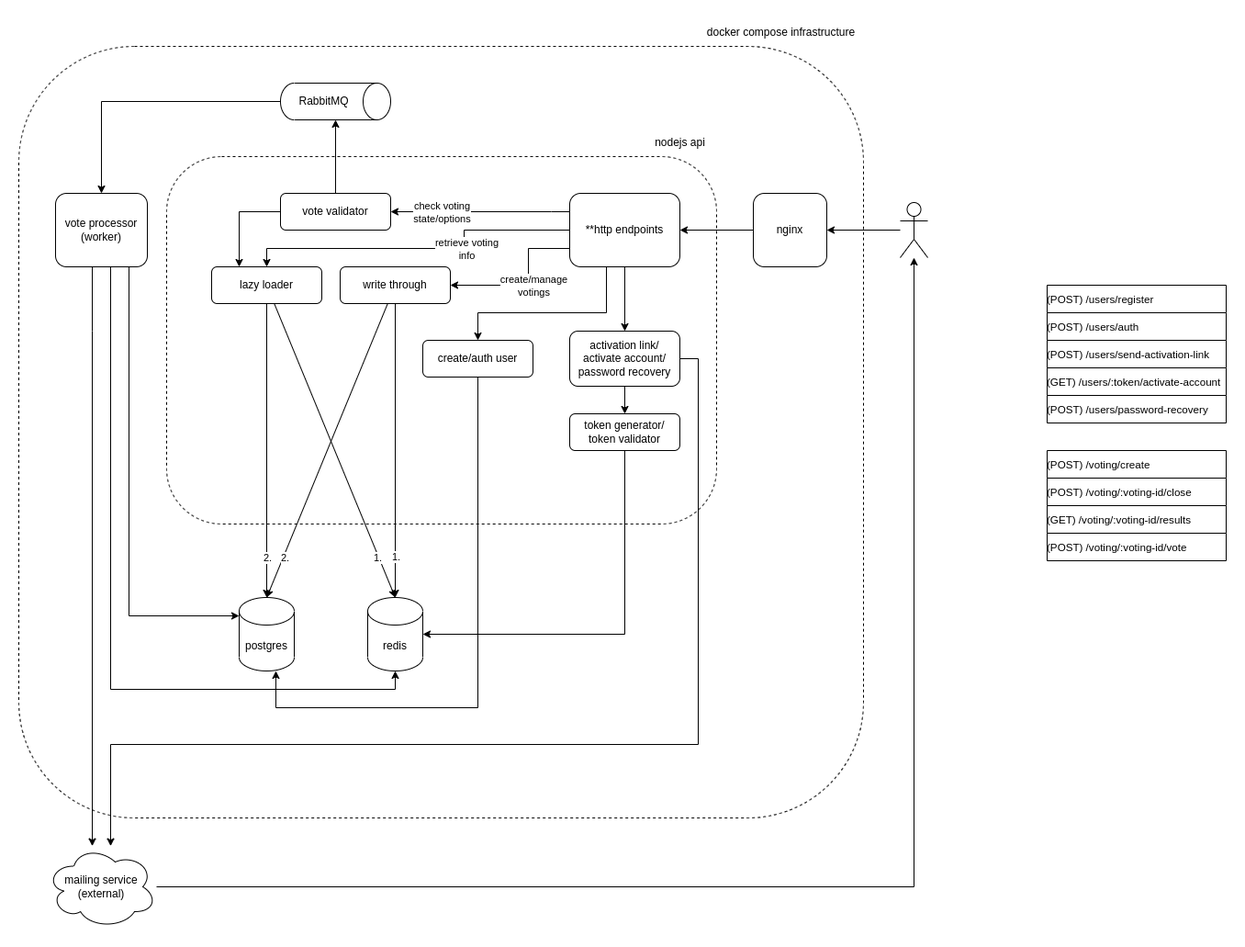
Above: docs/ranked-choice-voting.architecture.png in 0x0th30/ranked-choice-voting (draw.io), before the change. Source tidied: cells renumbered, new cells last; positions are measured from the earlier drawing's top-left corner, leaving out a move shared by most shapes.
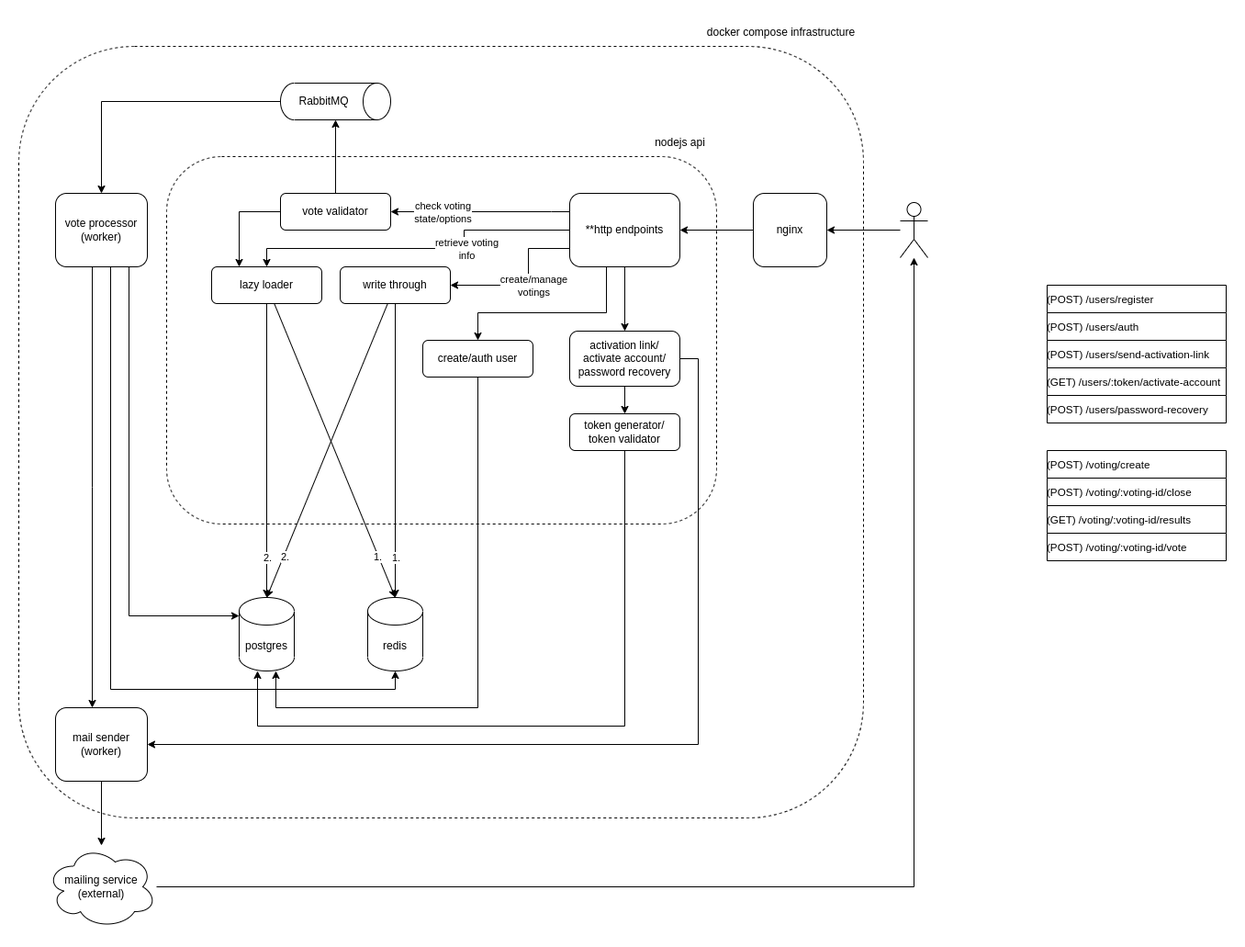
Later version of the same file.

Commit message:
docs: update architecture diagram

Change to the diagram source:
```diff
@@ -94,14 +94,6 @@
         </Array>
       </mxGeometry>
     </mxCell>
-    <mxCell id="21" style="edgeStyle=orthogonalEdgeStyle;rounded=0;jettySize=auto;html=1;" parent="1" edge="1" source="23" target="42">
-      <mxGeometry relative="1" as="geometry">
-        <Array as="points">
-          <mxPoint x="80" y="340" />
-          <mxPoint x="80" y="340" />
-        </Array>
-      </mxGeometry>
-    </mxCell>
     <mxCell id="22" style="edgeStyle=orthogonalEdgeStyle;rounded=0;jettySize=auto;html=1;" parent="1" edge="1" source="23" target="50">
       <mxGeometry relative="1" as="geometry">
         <Array as="points">
@@ -110,6 +102,14 @@
         </Array>
       </mxGeometry>
     </mxCell>
+    <mxCell id="59" style="edgeStyle=orthogonalEdgeStyle;rounded=0;jettySize=auto;html=1;" parent="1" edge="1" source="23" target="63">
+      <mxGeometry relative="1" as="geometry">
+        <Array as="points">
+          <mxPoint x="80" y="510" />
+          <mxPoint x="80" y="510" />
+        </Array>
+      </mxGeometry>
+    </mxCell>
     <mxCell id="23" value="vote processor&lt;br&gt;(worker)" style="rounded=1;whiteSpace=wrap;html=1;" parent="1" vertex="1">
       <mxGeometry x="40" y="190" width="100" height="80" as="geometry" />
     </mxCell>
@@ -219,27 +219,33 @@
     <mxCell id="54" style="edgeStyle=orthogonalEdgeStyle;rounded=0;jettySize=auto;html=1;" parent="1" edge="1" source="56" target="58">
       <mxGeometry relative="1" as="geometry" />
     </mxCell>
-    <mxCell id="55" style="edgeStyle=orthogonalEdgeStyle;rounded=0;jettySize=auto;html=1;" parent="1" edge="1" source="56" target="42">
-      <mxGeometry relative="1" as="geometry">
-        <Array as="points">
-          <mxPoint x="740" y="370" />
-          <mxPoint x="740" y="790" />
-          <mxPoint x="100" y="790" />
-        </Array>
-      </mxGeometry>
-    </mxCell>
+    <mxCell id="60" style="edgeStyle=orthogonalEdgeStyle;rounded=0;jettySize=auto;html=1;" parent="1" edge="1" source="56" target="63">
+      <mxGeometry relative="1" as="geometry">
+        <Array as="points">
+          <mxPoint x="740" y="370" />
+          <mxPoint x="740" y="790" />
+        </Array>
+      </mxGeometry>
+    </mxCell>
     <mxCell id="56" value="activation link/&lt;br&gt;activate account/&lt;br&gt;password recovery" style="rounded=1;whiteSpace=wrap;html=1;" parent="1" vertex="1">
       <mxGeometry x="600" y="340" width="120" height="60" as="geometry" />
     </mxCell>
-    <mxCell id="57" style="edgeStyle=orthogonalEdgeStyle;rounded=0;jettySize=auto;html=1;" parent="1" edge="1" source="58" target="50">
-      <mxGeometry relative="1" as="geometry">
-        <Array as="points">
-          <mxPoint x="660" y="670" />
-        </Array>
-      </mxGeometry>
-    </mxCell>
+    <mxCell id="61" style="edgeStyle=orthogonalEdgeStyle;rounded=0;jettySize=auto;html=1;" parent="1" edge="1" source="58" target="49">
+      <mxGeometry relative="1" as="geometry">
+        <Array as="points">
+          <mxPoint x="660" y="770" />
+          <mxPoint x="260" y="770" />
+        </Array>
+      </mxGeometry>
+    </mxCell>
     <mxCell id="58" value="token generator/&lt;br&gt;token validator" style="rounded=1;whiteSpace=wrap;html=1;" parent="1" vertex="1">
       <mxGeometry x="600" y="430" width="120" height="40" as="geometry" />
     </mxCell>
+    <mxCell id="62" style="edgeStyle=orthogonalEdgeStyle;rounded=0;jettySize=auto;html=1;" parent="1" edge="1" source="63" target="42">
+      <mxGeometry relative="1" as="geometry" />
+    </mxCell>
+    <mxCell id="63" value="mail sender&lt;br&gt;(worker)" style="rounded=1;whiteSpace=wrap;html=1;" parent="1" vertex="1">
+      <mxGeometry x="40" y="750" width="100" height="80" as="geometry" />
+    </mxCell>
   </root>
 </mxGraphModel>
```
